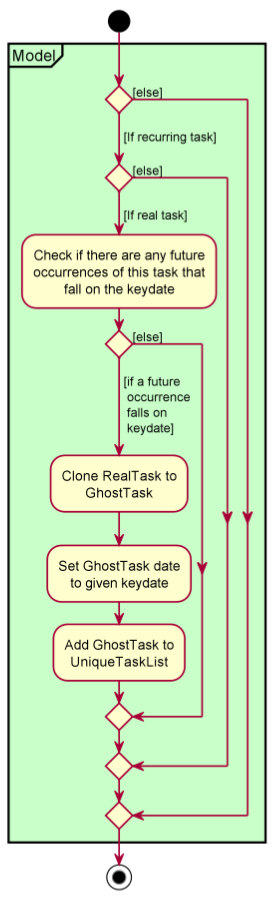
tsy24/tp keeps this PlantUML diagram as docs/images/AddPossibleGhostTasksWithMatchingDateActivityDiagram.png. Above is the earlier version. Its source is kept beside it as docs/diagrams/AddPossibleGhostTasksWithMatchingDateActivityDiagram.puml. Source of this version:
```plantuml
@startuml
!include style.puml

start
partition Model #Technology {
if () then (\n[If recurring task]\n\n)
    if () then (\n[If real task]\n)
        :Check if there are any future
        occurrences of this task that
        fall on the keydate;
        if () then ([else])
        else (\n[if a future\n occurrence \n falls on\n keydate] \n\n\n\n\n)
        :Clone RealTask to
        GhostTask;
        :Set GhostTask date
        to given keydate;
        :Add GhostTask to
        UniqueTaskList;
        endif
    else ([else])
    endif
else ([else])
endif
}

stop
@enduml
```
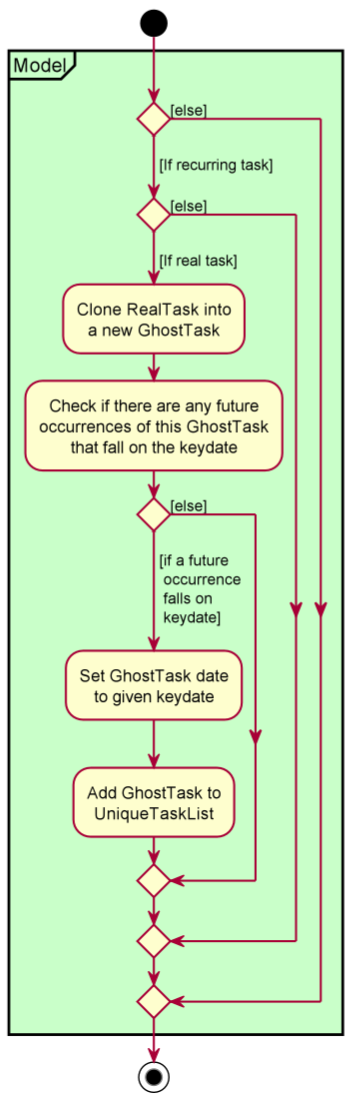
After the commit.

Commit message:
Update diagram and ViewSchedule DG documentation

Diff of the diagram source:
```diff
@@ -5,13 +5,13 @@
 partition Model #Technology {
 if () then (\n[If recurring task]\n\n)
     if () then (\n[If real task]\n)
+        :Clone RealTask into
+        a new GhostTask;
         :Check if there are any future
-        occurrences of this task that
-        fall on the keydate;
+        occurrences of this GhostTask
+        that fall on the keydate;
         if () then ([else])
         else (\n[if a future\n occurrence \n falls on\n keydate] \n\n\n\n\n)
-        :Clone RealTask to
-        GhostTask;
         :Set GhostTask date
         to given keydate;
         :Add GhostTask to
```
